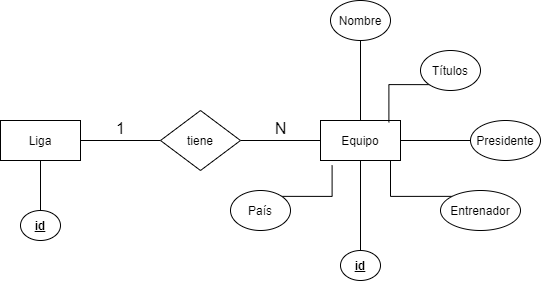
Alejandro49/REST_Project keeps this draw.io diagram as Diagrama_Equipo.png. Above is the earlier version. Source tidied: cells renumbered, new cells last; positions are measured from the earlier drawing's top-left corner, leaving out a move shared by most shapes.
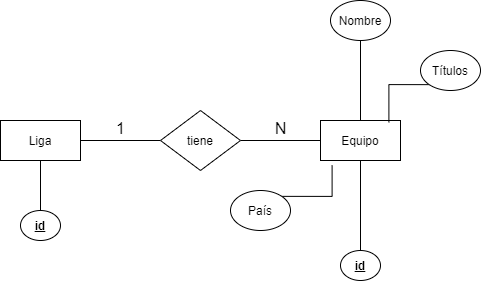
Later version of the same file.

Commit message:
nuevo diagrama mas simple

Diff of the diagram source:
```diff
@@ -35,23 +35,6 @@
     <mxCell id="12" value="Títulos" style="ellipse;whiteSpace=wrap;html=1;" parent="1" vertex="1">
       <mxGeometry x="420" y="50" width="60" height="40" as="geometry" />
     </mxCell>
-    <mxCell id="13" style="edgeStyle=orthogonalEdgeStyle;rounded=0;jettySize=auto;html=1;endArrow=none;endFill=0;" parent="1" edge="1" source="14" target="5">
-      <mxGeometry relative="1" as="geometry" />
-    </mxCell>
-    <mxCell id="14" value="Presidente" style="ellipse;whiteSpace=wrap;html=1;" parent="1" vertex="1">
-      <mxGeometry x="470" y="120" width="70" height="40" as="geometry" />
-    </mxCell>
-    <mxCell id="15" style="edgeStyle=orthogonalEdgeStyle;rounded=0;jettySize=auto;html=1;exitX=0;exitY=0;exitDx=0;exitDy=0;entryX=1;entryY=1;entryDx=0;entryDy=0;endArrow=none;endFill=0;" parent="1" edge="1" source="16" target="5">
-      <mxGeometry relative="1" as="geometry">
-        <Array as="points">
-          <mxPoint x="390" y="196" />
-          <mxPoint x="390" y="160" />
-        </Array>
-      </mxGeometry>
-    </mxCell>
-    <mxCell id="16" value="Entrenador" style="ellipse;whiteSpace=wrap;html=1;" parent="1" vertex="1">
-      <mxGeometry x="440" y="190" width="80" height="40" as="geometry" />
-    </mxCell>
     <mxCell id="17" style="edgeStyle=orthogonalEdgeStyle;rounded=0;jettySize=auto;html=1;exitX=1;exitY=0;exitDx=0;exitDy=0;entryX=0.145;entryY=1.125;entryDx=0;entryDy=0;entryPerimeter=0;endArrow=none;endFill=0;" parent="1" edge="1" source="18" target="5">
       <mxGeometry relative="1" as="geometry" />
     </mxCell>
```
